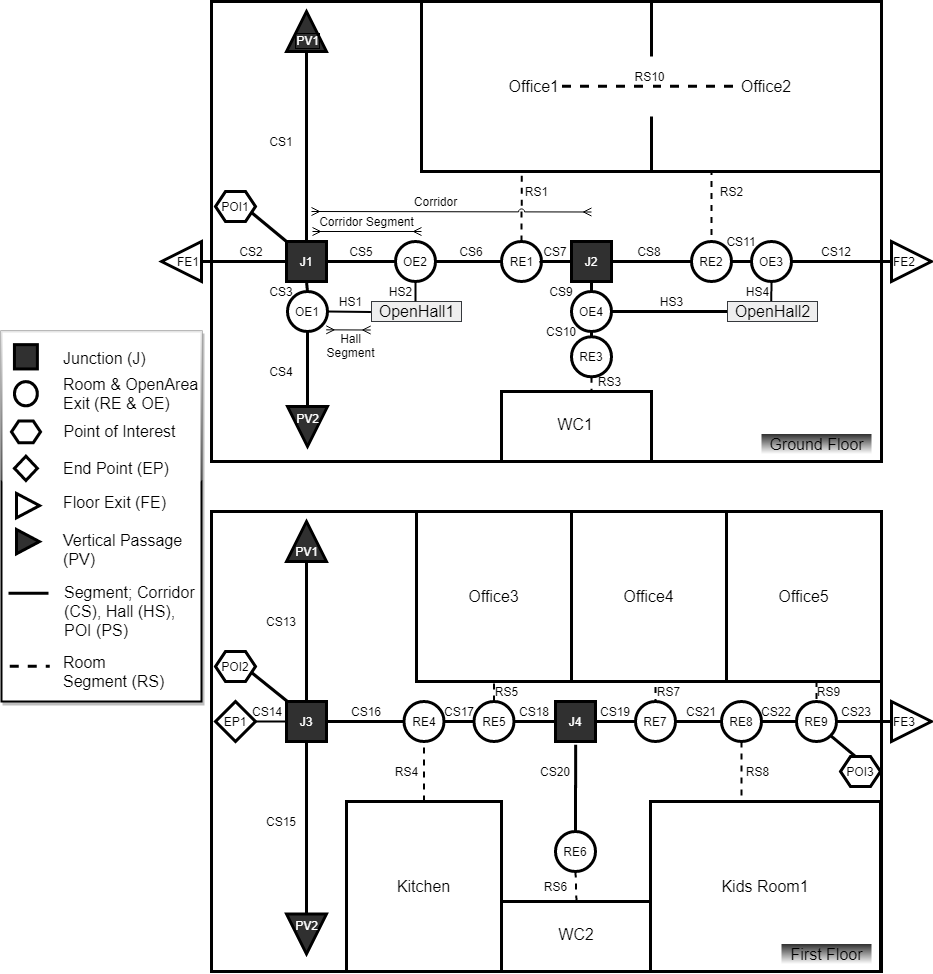
This is Examples/SmallOfficeSpace/Figures/RouteGraphOfficeSpace_Detailed.png from qasimkhalid/SBEO, a draw.io export, as it was before one commit. Source tidied: cells renumbered, new cells last; positions are measured from the earlier drawing's top-left corner, leaving out a move shared by most shapes.
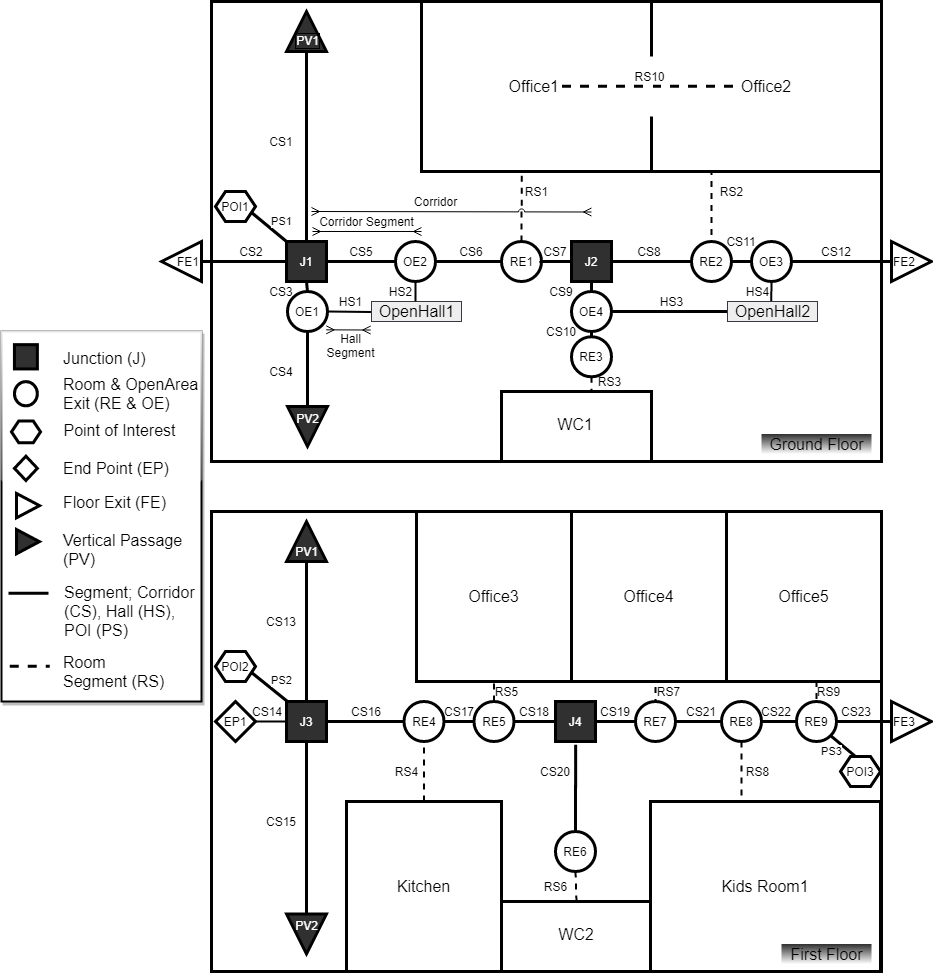
After the change.

Diff of the diagram source:
```diff
@@ -159,8 +159,8 @@
     <mxCell id="49" style="edgeStyle=orthogonalEdgeStyle;rounded=0;jettySize=auto;html=1;exitX=0.5;exitY=1;exitDx=0;exitDy=0;entryX=0;entryY=0.5;entryDx=0;entryDy=0;endArrow=none;endFill=0;strokeWidth=3;fontSize=12;" parent="1" edge="1" source="84" target="37">
       <mxGeometry relative="1" as="geometry" />
     </mxCell>
-    <mxCell id="50" style="jettySize=auto;html=1;exitX=0;exitY=0;exitDx=0;exitDy=0;entryX=1;entryY=0.75;entryDx=0;entryDy=0;endArrow=none;endFill=0;elbow=vertical;strokeWidth=3;" parent="1" edge="1" source="51" target="145">
-      <mxGeometry relative="1" as="geometry" />
+    <mxCell id="50" value="PS1" style="jettySize=auto;html=1;exitX=0;exitY=0;exitDx=0;exitDy=0;entryX=1;entryY=0.75;entryDx=0;entryDy=0;endArrow=none;endFill=0;elbow=vertical;strokeWidth=3;" parent="1" edge="1" source="51" target="145">
+      <mxGeometry x="-0.27" y="-12" relative="1" as="geometry" />
     </mxCell>
     <mxCell id="51" value="J1" style="whiteSpace=wrap;html=1;strokeColor=#000000;strokeWidth=3;fillColor=#303030;gradientColor=none;fontSize=12;fontColor=#FFFFFF;" parent="1" vertex="1">
       <mxGeometry x="285" y="240" width="40" height="40" as="geometry" />
@@ -465,14 +465,17 @@
     <mxCell id="145" value="POI1" style="shape=hexagon;perimeter=hexagonPerimeter2;whiteSpace=wrap;html=1;strokeWidth=3;" parent="1" vertex="1">
       <mxGeometry x="214" y="190" width="40" height="30" as="geometry" />
     </mxCell>
-    <mxCell id="146" style="edgeStyle=none;jettySize=auto;html=1;exitX=1;exitY=0.75;exitDx=0;exitDy=0;entryX=1;entryY=0;entryDx=0;entryDy=0;endArrow=none;endFill=0;strokeWidth=3;" parent="1" edge="1" source="147" target="104">
-      <mxGeometry relative="1" as="geometry" />
+    <mxCell id="146" value="PS2" style="edgeStyle=none;jettySize=auto;html=1;exitX=1;exitY=0.75;exitDx=0;exitDy=0;entryX=1;entryY=0;entryDx=0;entryDy=0;endArrow=none;endFill=0;strokeWidth=3;" parent="1" edge="1" source="147" target="104">
+      <mxGeometry x="0.26" y="12" relative="1" as="geometry" />
     </mxCell>
     <mxCell id="147" value="POI2" style="shape=hexagon;perimeter=hexagonPerimeter2;whiteSpace=wrap;html=1;strokeWidth=3;" parent="1" vertex="1">
       <mxGeometry x="214" y="650" width="40" height="30" as="geometry" />
     </mxCell>
-    <mxCell id="148" style="edgeStyle=none;jettySize=auto;html=1;exitX=0.375;exitY=0;exitDx=0;exitDy=0;entryX=1;entryY=1;entryDx=0;entryDy=0;endArrow=none;endFill=0;strokeWidth=3;" parent="1" edge="1" source="149" target="27">
-      <mxGeometry relative="1" as="geometry" />
+    <mxCell id="148" value="PS3" style="edgeStyle=none;orthogonalLoop=1;jettySize=auto;html=1;exitX=0.375;exitY=0;exitDx=0;exitDy=0;entryX=1;entryY=1;entryDx=0;entryDy=0;endArrow=none;endFill=0;strokeWidth=3;" parent="1" edge="1">
+      <mxGeometry x="0.37" y="12" relative="1" as="geometry">
+        <mxPoint x="854" y="755" as="sourcePoint" />
+        <mxPoint x="829.1" y="734.1" as="targetPoint" />
+      </mxGeometry>
     </mxCell>
     <mxCell id="149" value="POI3" style="shape=hexagon;perimeter=hexagonPerimeter2;whiteSpace=wrap;html=1;strokeWidth=3;" parent="1" vertex="1">
       <mxGeometry x="839" y="755" width="40" height="30" as="geometry" />
```
